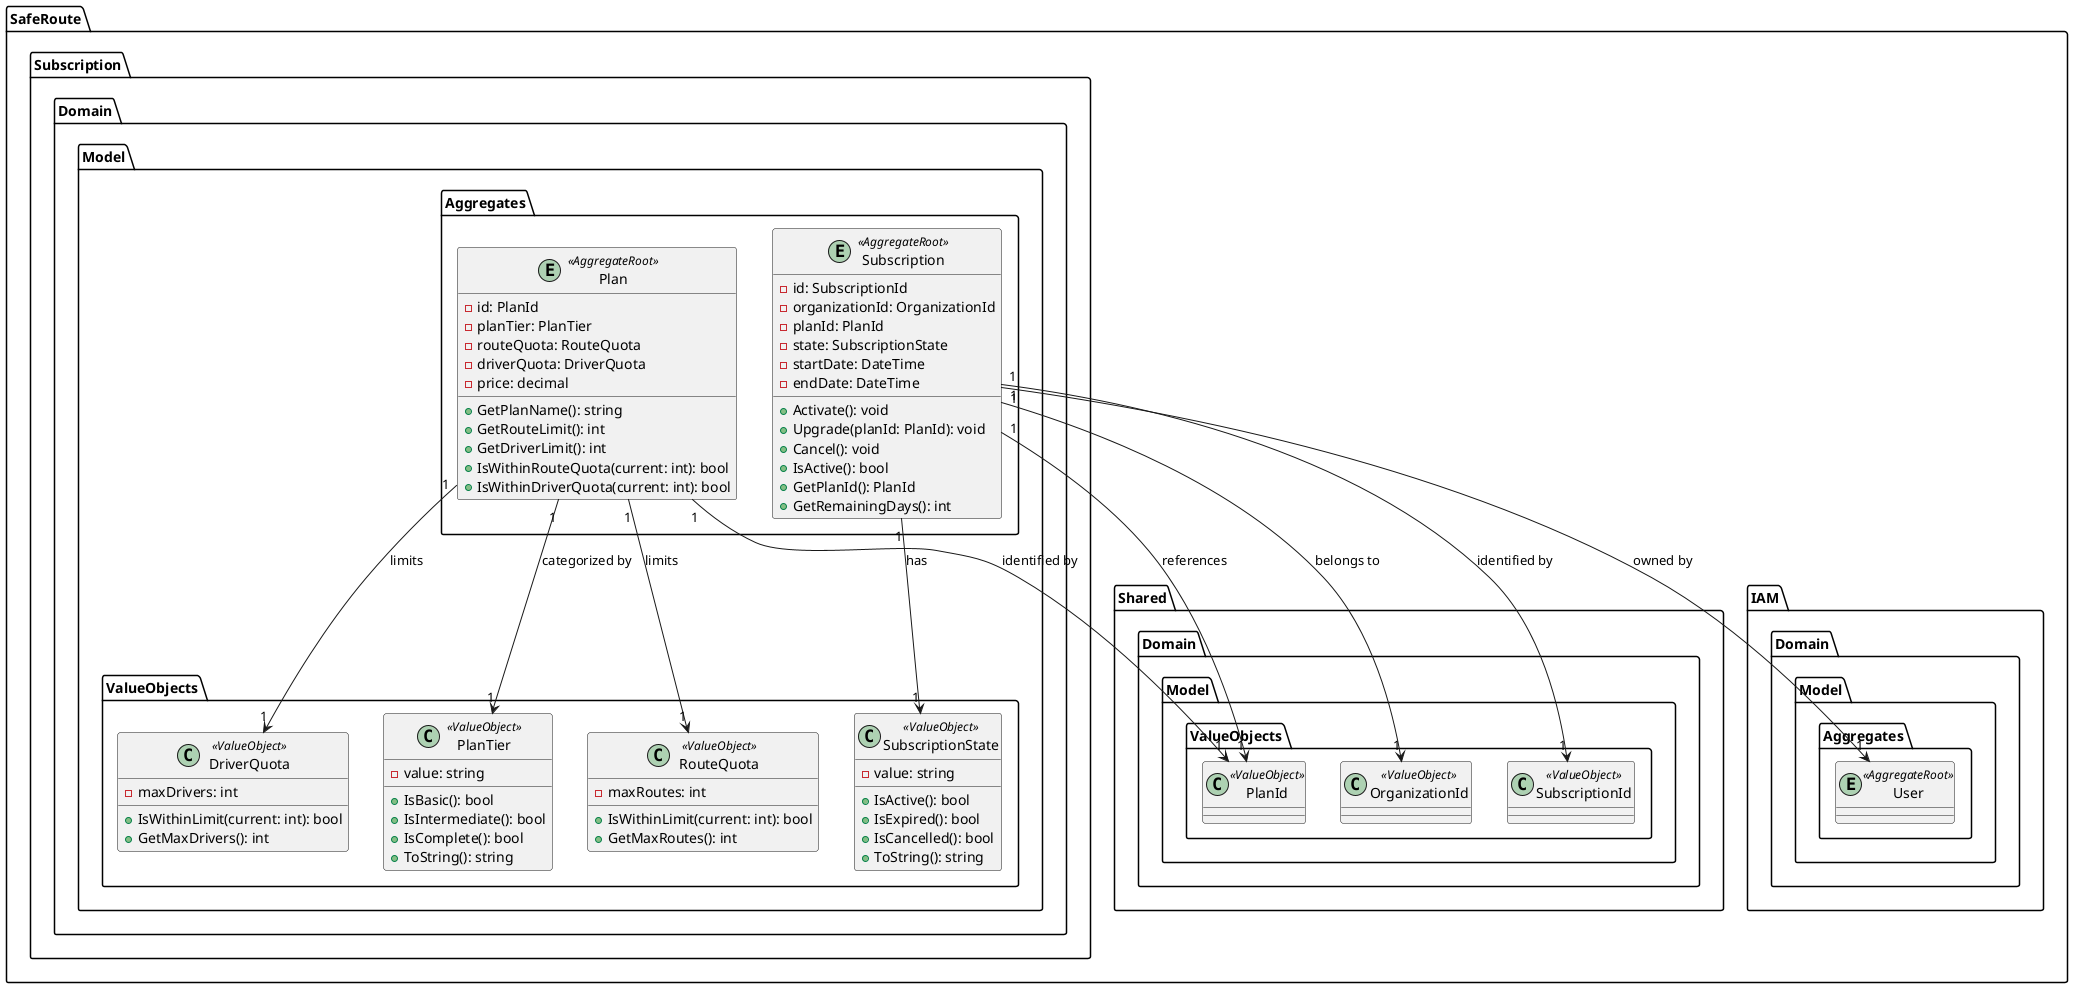
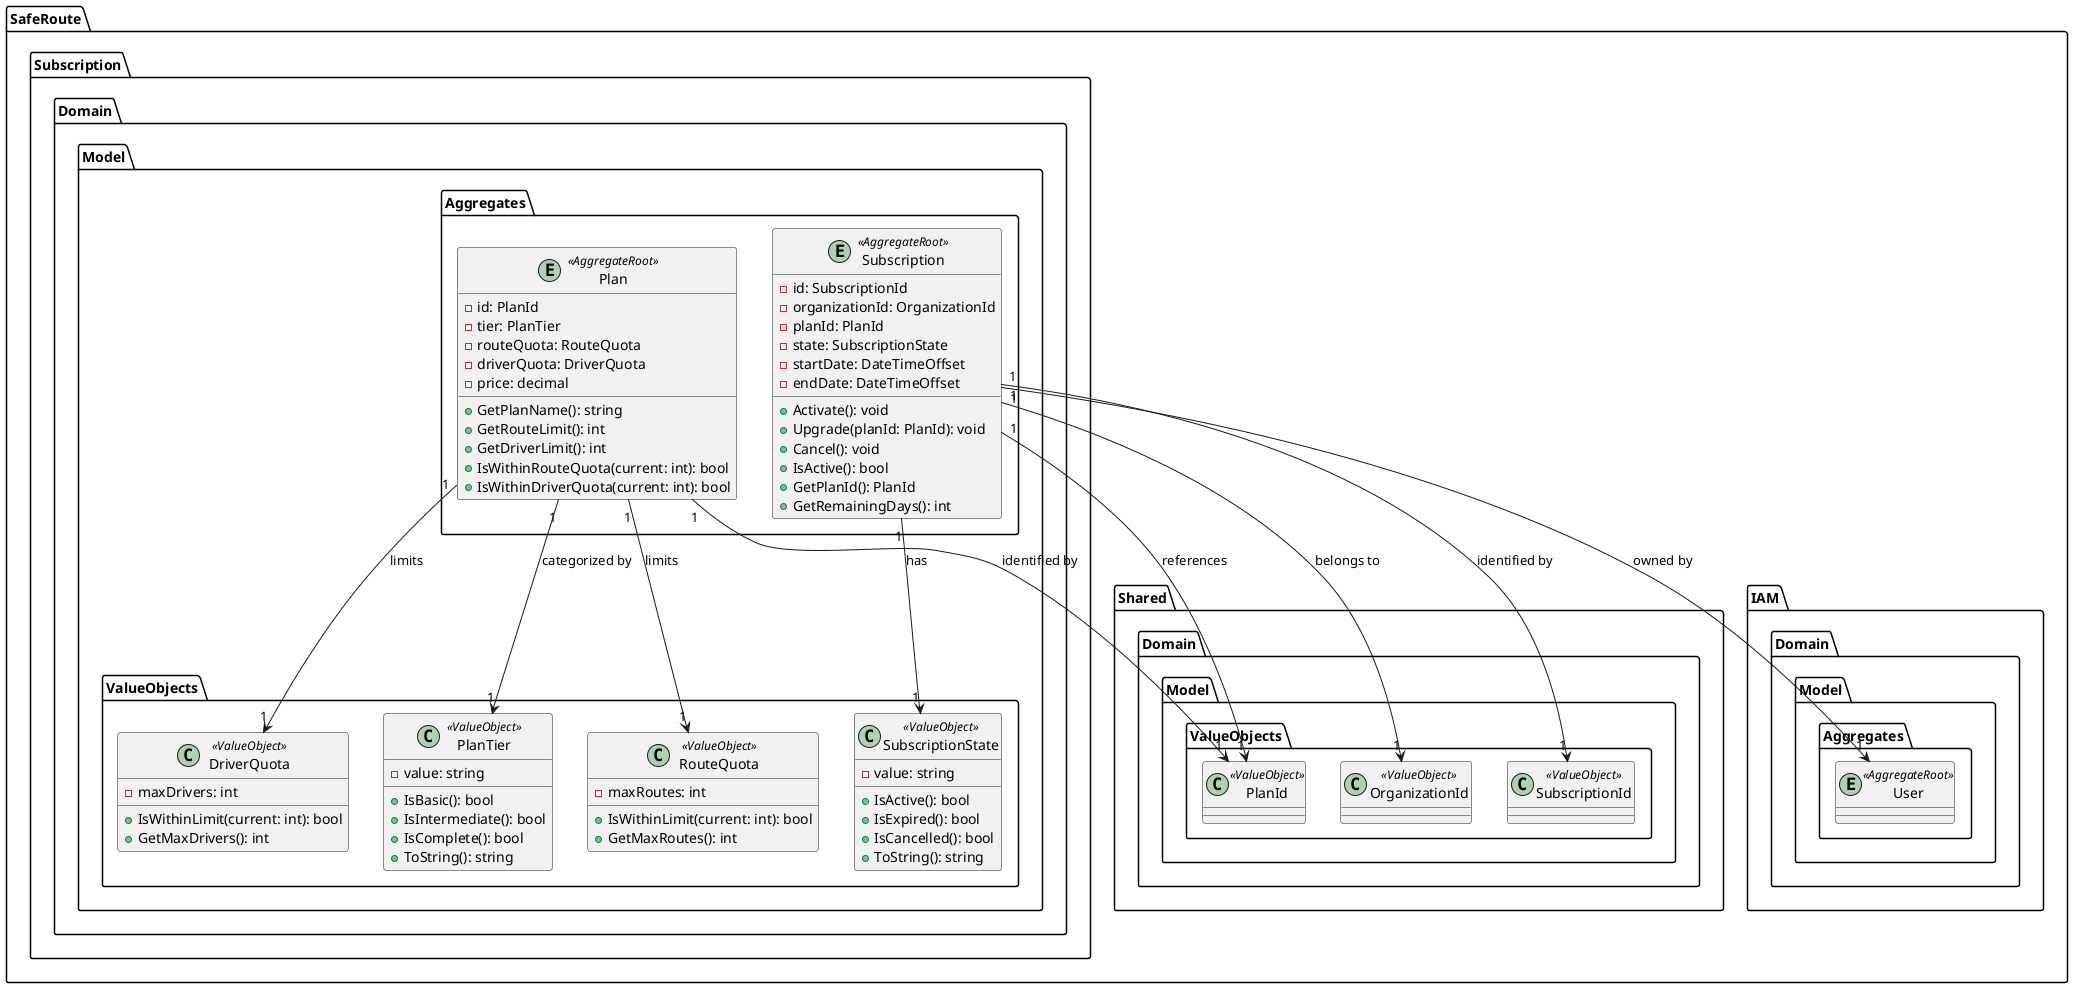
@startuml
skinparam monochrome false

package "SafeRoute.Subscription.Domain.Model.Aggregates" {
  entity "Subscription" as SubscriptionPrincipal <<AggregateRoot>> {
    -id: SubscriptionId
    -organizationId: OrganizationId
    -planId: PlanId
    -state: SubscriptionState
-     -startDate: DateTime
-     -endDate: DateTime
+     -startDate: DateTimeOffset
+     -endDate: DateTimeOffset
    +Activate(): void
    +Upgrade(planId: PlanId): void
    +Cancel(): void
    +IsActive(): bool
    +GetPlanId(): PlanId
    +GetRemainingDays(): int
  }

  entity "Plan" as Plan <<AggregateRoot>> {
    -id: PlanId
-     -planTier: PlanTier
+     -tier: PlanTier
    -routeQuota: RouteQuota
    -driverQuota: DriverQuota
    -price: decimal
    +GetPlanName(): string
    +GetRouteLimit(): int
    +GetDriverLimit(): int
    +IsWithinRouteQuota(current: int): bool
    +IsWithinDriverQuota(current: int): bool
  }
}

package "SafeRoute.Subscription.Domain.Model.ValueObjects" {
  class "SubscriptionState" as SubscriptionState <<ValueObject>> {
    -value: string
    +IsActive(): bool
    +IsExpired(): bool
    +IsCancelled(): bool
    +ToString(): string
  }

  class "PlanTier" as PlanTier <<ValueObject>> {
    -value: string
    +IsBasic(): bool
    +IsIntermediate(): bool
    +IsComplete(): bool
    +ToString(): string
  }

  class "RouteQuota" as RouteQuota <<ValueObject>> {
    -maxRoutes: int
    +IsWithinLimit(current: int): bool
    +GetMaxRoutes(): int
  }

  class "DriverQuota" as DriverQuota <<ValueObject>> {
    -maxDrivers: int
    +IsWithinLimit(current: int): bool
    +GetMaxDrivers(): int
  }
}

' ─── Shared ──────────────────────────────────────────────────────────────────
package "SafeRoute.Shared.Domain.Model.ValueObjects" {
  class "OrganizationId" as SharedOrganizationId <<ValueObject>> {
  }
  class "SubscriptionId" as SharedSubscriptionId <<ValueObject>> {
  }
  class "PlanId" as SharedPlanId <<ValueObject>> {
  }
}

' ─── Referencias a otros Bounded Contexts ────────────────────────────────────
package "SafeRoute.IAM.Domain.Model.Aggregates" {
  entity "User" as User <<AggregateRoot>> {
  }
}

SubscriptionPrincipal "1" --> "1" SharedSubscriptionId : identified by
SubscriptionPrincipal "1" --> "1" SharedOrganizationId : belongs to
SubscriptionPrincipal "1" --> "1" SharedPlanId : references
SubscriptionPrincipal "1" --> "1" SubscriptionState : has
SubscriptionPrincipal "1" --> "1" User : owned by
Plan "1" --> "1" SharedPlanId : identified by
Plan "1" --> "1" PlanTier : categorized by
Plan "1" --> "1" RouteQuota : limits
Plan "1" --> "1" DriverQuota : limits

@enduml
